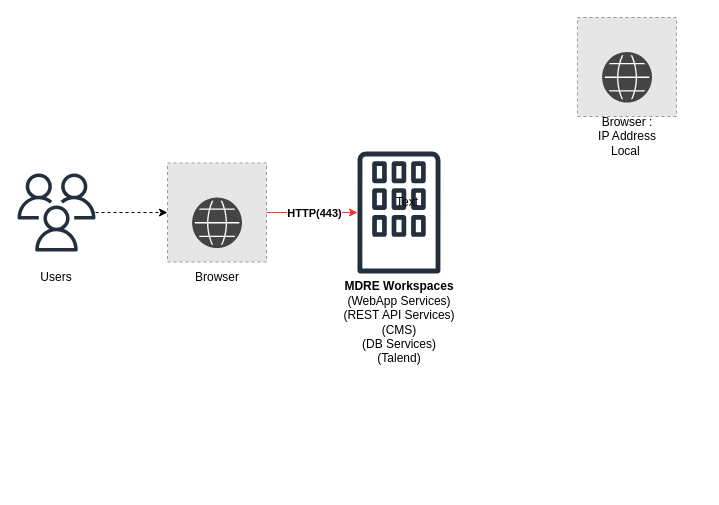
The draw.io diagram mdreworkspaces.drawio in mrapriansyah34/draw.io, before the edit. Source tidied: cells renumbered, new cells numbered last; positions are measured from the earlier drawing's top-left corner, leaving out a move shared by most shapes. Both pictures are drawn from the tidied source at 100%, with x=0, y=0 at pixel (17, 17). Pictures stored in the file or linked from it are replaced by grey dashed boxes.
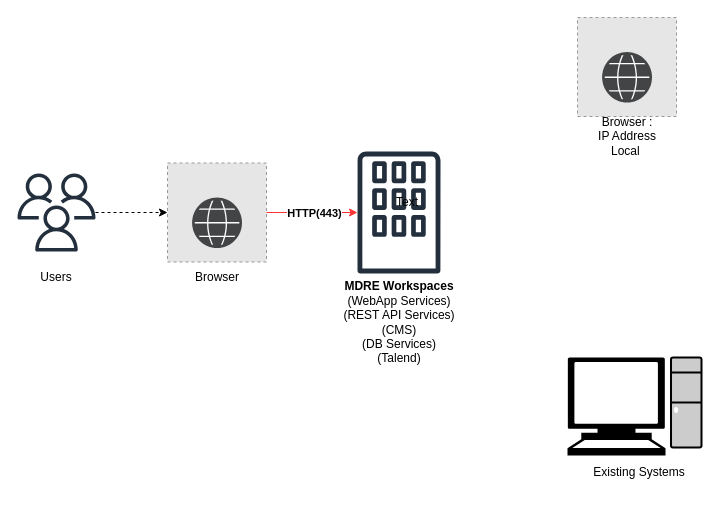
The same diagram, later.

Diff of the diagram source:
```diff
@@
+    <mxCell id="19" value="Existing Systems" style="text;html=1;align=center;verticalAlign=middle;whiteSpace=wrap;rounded=0;" parent="1" vertex="1">
+      <mxGeometry x="574" y="440" width="96" height="30" as="geometry" />
+    </mxCell>
+    <mxCell id="20" style="group;" parent="1" vertex="1">
+      <mxGeometry x="550" y="340" width="134" height="98" as="geometry" />
+    </mxCell>
+    <mxCell id="21" style="fontColor=#0066CC;verticalAlign=top;verticalLabelPosition=bottom;labelPosition=center;align=center;html=1;fillColor=#CCCCCC;strokeColor=#000000;gradientColor=none;gradientDirection=north;strokeWidth=2;shape=mxgraph.networks.desktop_pc;" parent="20" vertex="1">
+      <mxGeometry x="103.5" width="30.5" height="90" as="geometry" />
+    </mxCell>
+    <mxCell id="22" style="shape=mxgraph.signs.tech.computer;html=1;fillColor=#000000;strokeColor=none;verticalLabelPosition=bottom;verticalAlign=top;align=center;" parent="20" vertex="1">
+      <mxGeometry width="98" height="98" as="geometry" />
+    </mxCell>
```
